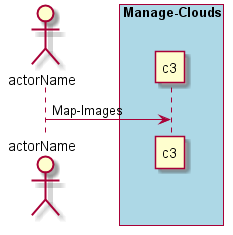
Earlier version of the PlantUML export docs/UseCases/Manage-Clouds/Map-Images.png (CAADE/C3).
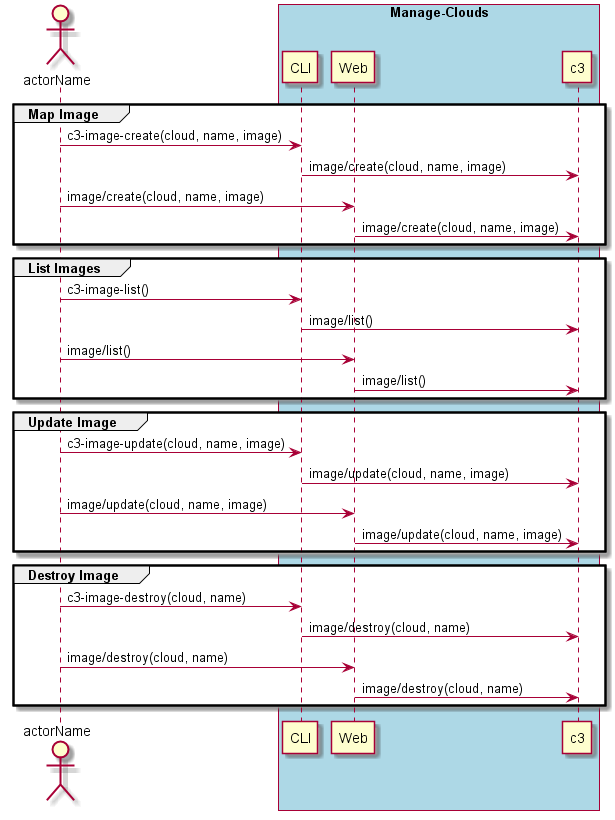
After the change.

The edit, as a diff of the source:
```diff
@@ -2,8 +2,38 @@
 Actor "actorName" as A
 
 box "Manage-Clouds" #lightblue
+participant CLI as CLI
+participant Web as Web
 participant "c3" as S
-A -> S : Map-Images
+
+group Map Image
+A -> CLI : c3-image-create(cloud, name, image)
+CLI -> S : image/create(cloud, name, image)
+A -> Web : image/create(cloud, name, image)
+Web -> S : image/create(cloud, name, image)
+end
+
+group List Images
+A -> CLI : c3-image-list()
+CLI -> S : image/list()
+A -> Web : image/list()
+Web -> S : image/list()
+end
+
+group Update Image
+A -> CLI : c3-image-update(cloud, name, image)
+CLI -> S : image/update(cloud, name, image)
+A -> Web : image/update(cloud, name, image)
+Web -> S : image/update(cloud, name, image)
+end
+
+group Destroy Image
+A -> CLI : c3-image-destroy(cloud, name)
+CLI -> S : image/destroy(cloud, name)
+A -> Web : image/destroy(cloud, name)
+Web -> S : image/destroy(cloud, name)
+end
+
 end box
 
 @enduml
```
